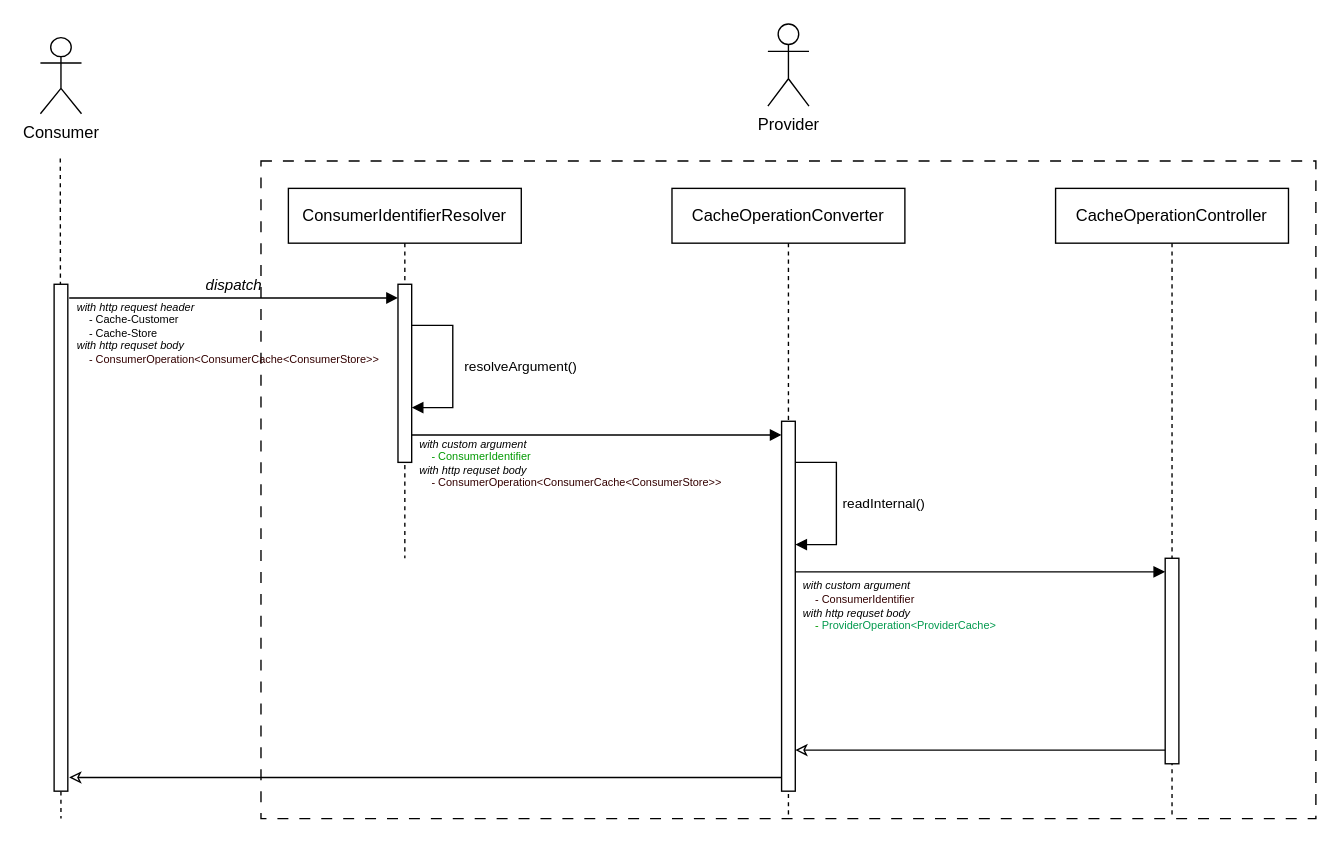
This is assets/saving.drawio from RicciLiao/ricci-mcp-svc, a draw.io file, before an edit. Source tidied: cells renumbered, new cells numbered last; positions are measured from the earlier drawing's top-left corner, leaving out a move shared by most shapes. Both pictures are drawn from the tidied source at 137%, with x=0, y=0 at pixel (40, 23).
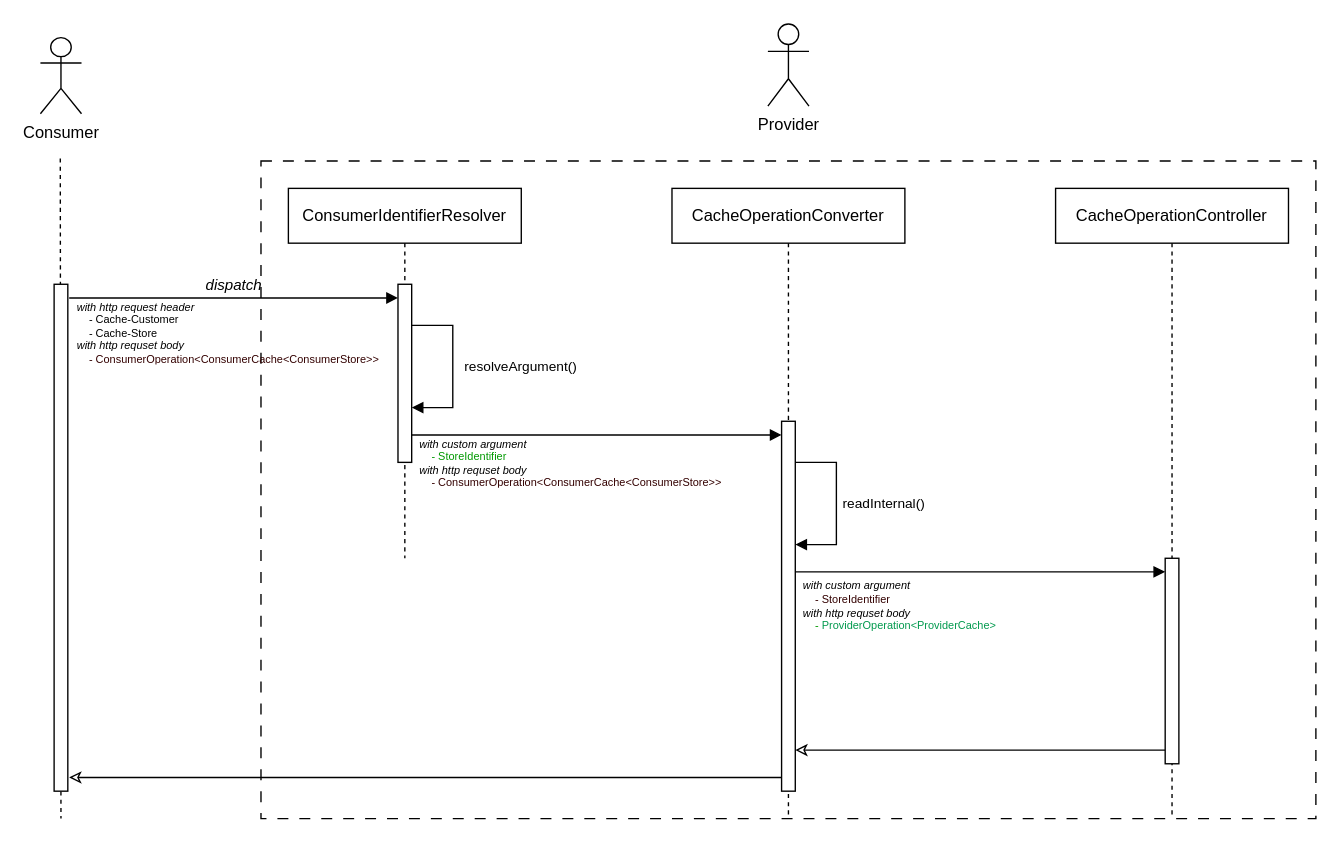
Above is the later version.

The edit, as a diff of the source:
```diff
@@
-    <mxCell id="16" value="&lt;font&gt;&lt;i&gt;with custom argument&lt;/i&gt;&lt;/font&gt;&lt;div&gt;&lt;font style=&quot;color: rgb(0, 153, 0);&quot;&gt;&amp;nbsp; &amp;nbsp; &lt;font style=&quot;&quot;&gt;-&amp;nbsp;&lt;span style=&quot;background-color: transparent;&quot;&gt;ConsumerIdentifier&lt;/span&gt;&lt;/font&gt;&lt;/font&gt;&lt;/div&gt;&lt;div&gt;&lt;i&gt;with http requset body&lt;/i&gt;&lt;/div&gt;&lt;div&gt;&lt;font style=&quot;color: rgb(51, 0, 0);&quot;&gt;&amp;nbsp; &amp;nbsp; &lt;font style=&quot;&quot;&gt;-&amp;nbsp;&lt;/font&gt;&lt;font style=&quot;background-color: transparent;&quot;&gt;ConsumerOperation&amp;lt;ConsumerCache&amp;lt;&lt;/font&gt;&lt;span style=&quot;background-color: transparent;&quot;&gt;&lt;font&gt;ConsumerStore&lt;/font&gt;&lt;/span&gt;&lt;span style=&quot;background-color: transparent;&quot;&gt;&amp;gt;&lt;/span&gt;&lt;span style=&quot;background-color: transparent;&quot;&gt;&amp;gt;&lt;/span&gt;&lt;/font&gt;&lt;/div&gt;" style="text;align=left;verticalAlign=middle;spacingLeft=4;spacingRight=4;overflow=hidden;whiteSpace=wrap;html=1;fontSize=8;" parent="1" vertex="1">
+    <mxCell id="16" value="&lt;font&gt;&lt;i&gt;with custom argument&lt;/i&gt;&lt;/font&gt;&lt;div&gt;&lt;font style=&quot;color: rgb(0, 153, 0);&quot;&gt;&amp;nbsp; &amp;nbsp; &lt;font style=&quot;&quot;&gt;-&amp;nbsp;&lt;span style=&quot;background-color: transparent;&quot;&gt;StoreIdentifier&lt;/span&gt;&lt;/font&gt;&lt;/font&gt;&lt;/div&gt;&lt;div&gt;&lt;i&gt;with http requset body&lt;/i&gt;&lt;/div&gt;&lt;div&gt;&lt;font style=&quot;color: rgb(51, 0, 0);&quot;&gt;&amp;nbsp; &amp;nbsp; &lt;font style=&quot;&quot;&gt;-&amp;nbsp;&lt;/font&gt;&lt;font style=&quot;background-color: transparent;&quot;&gt;ConsumerOperation&amp;lt;ConsumerCache&amp;lt;&lt;/font&gt;&lt;span style=&quot;background-color: transparent;&quot;&gt;&lt;font&gt;ConsumerStore&lt;/font&gt;&lt;/span&gt;&lt;span style=&quot;background-color: transparent;&quot;&gt;&amp;gt;&lt;/span&gt;&lt;span style=&quot;background-color: transparent;&quot;&gt;&amp;gt;&lt;/span&gt;&lt;/font&gt;&lt;/div&gt;" style="text;align=left;verticalAlign=middle;spacingLeft=4;spacingRight=4;overflow=hidden;whiteSpace=wrap;html=1;fontSize=8;" parent="1" vertex="1">
       <mxGeometry x="271" y="300" width="270" height="40" as="geometry" />
     </mxCell>
@@
-    <mxCell id="20" value="&lt;i&gt;with custom argument&lt;/i&gt;&lt;div&gt;&lt;font style=&quot;color: rgb(51, 0, 0);&quot;&gt;&amp;nbsp; &amp;nbsp;&amp;nbsp;-&amp;nbsp;&lt;span style=&quot;background-color: transparent;&quot;&gt;ConsumerIdentifier&lt;/span&gt;&lt;/font&gt;&lt;/div&gt;&lt;div&gt;&lt;i&gt;with http requset body&lt;/i&gt;&lt;/div&gt;&lt;div&gt;&lt;font style=&quot;color: rgb(0, 153, 0);&quot;&gt;&amp;nbsp; &amp;nbsp; &lt;font&gt;-&amp;nbsp;&lt;font style=&quot;color: rgb(0, 153, 77);&quot;&gt;ProviderOperation&amp;lt;ProviderCache&amp;gt;&lt;/font&gt;&lt;/font&gt;&lt;/font&gt;&lt;/div&gt;" style="text;align=left;verticalAlign=middle;spacingLeft=4;spacingRight=4;overflow=hidden;whiteSpace=wrap;html=1;fontSize=8;" parent="1" vertex="1">
+    <mxCell id="20" value="&lt;i&gt;with custom argument&lt;/i&gt;&lt;div&gt;&lt;font style=&quot;color: rgb(51, 0, 0);&quot;&gt;&amp;nbsp; &amp;nbsp;&amp;nbsp;-&amp;nbsp;&lt;span style=&quot;background-color: transparent;&quot;&gt;StoreIdentifier&lt;/span&gt;&lt;/font&gt;&lt;/div&gt;&lt;div&gt;&lt;i&gt;with http requset body&lt;/i&gt;&lt;/div&gt;&lt;div&gt;&lt;font style=&quot;color: rgb(0, 153, 0);&quot;&gt;&amp;nbsp; &amp;nbsp; &lt;font&gt;-&amp;nbsp;&lt;font style=&quot;color: rgb(0, 153, 77);&quot;&gt;ProviderOperation&amp;lt;ProviderCache&amp;gt;&lt;/font&gt;&lt;/font&gt;&lt;/font&gt;&lt;/div&gt;" style="text;align=left;verticalAlign=middle;spacingLeft=4;spacingRight=4;overflow=hidden;whiteSpace=wrap;html=1;fontSize=8;" parent="1" vertex="1">
       <mxGeometry x="551" y="400" width="270" height="50" as="geometry" />
     </mxCell>
```
